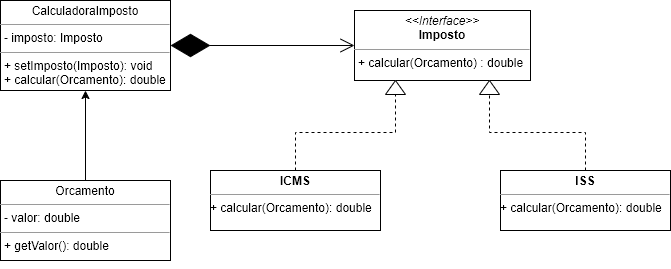
Before: padroes de projeto/Strategy/StrategyUML.png, a diagram exported from draw.io (alantrs/Bertoti). Source tidied: cells renumbered, new cells last; positions are measured from the earlier drawing's top-left corner, leaving out a move shared by most shapes. The source it was exported from:
```xml
<mxGraphModel>
  <root>
    <mxCell id="0" />
    <mxCell id="1" parent="0" />
    <mxCell id="2" value="&lt;p style=&quot;margin:0px;margin-top:4px;text-align:center;&quot;&gt;CalculadoraImposto&lt;/p&gt;&lt;hr size=&quot;1&quot;&gt;&lt;p style=&quot;margin:0px;margin-left:4px;&quot;&gt;- imposto: Imposto&lt;/p&gt;&lt;hr size=&quot;1&quot;&gt;&lt;p style=&quot;margin:0px;margin-left:4px;&quot;&gt;+ setImposto(Imposto): void&lt;/p&gt;&lt;p style=&quot;margin:0px;margin-left:4px;&quot;&gt;+ calcular(Orcamento): double&lt;/p&gt;" style="verticalAlign=top;align=left;overflow=fill;fontSize=12;fontFamily=Helvetica;html=1;" parent="1" vertex="1">
      <mxGeometry width="170" height="90" as="geometry" />
    </mxCell>
    <mxCell id="3" value="&lt;p style=&quot;margin:0px;margin-top:4px;text-align:center;&quot;&gt;&lt;i&gt;&amp;lt;&amp;lt;Interface&amp;gt;&amp;gt;&lt;/i&gt;&lt;br&gt;&lt;b&gt;Imposto&lt;/b&gt;&lt;/p&gt;&lt;hr size=&quot;1&quot;&gt;&lt;p style=&quot;margin:0px;margin-left:4px;&quot;&gt;+ calcular(Orcamento) : double&lt;br&gt;&lt;/p&gt;" style="verticalAlign=top;align=left;overflow=fill;fontSize=12;fontFamily=Helvetica;html=1;" parent="1" vertex="1">
      <mxGeometry x="354" y="10" width="176" height="70" as="geometry" />
    </mxCell>
    <mxCell id="4" value="&lt;p style=&quot;margin:0px;margin-top:4px;text-align:center;&quot;&gt;&lt;b&gt;ICMS&lt;/b&gt;&lt;/p&gt;&lt;hr size=&quot;1&quot;&gt;&lt;div style=&quot;height:2px;&quot;&gt;+ calcular(Orcamento): double&lt;/div&gt;" style="verticalAlign=top;align=left;overflow=fill;fontSize=12;fontFamily=Helvetica;html=1;" parent="1" vertex="1">
      <mxGeometry x="210" y="170" width="170" height="60" as="geometry" />
    </mxCell>
    <mxCell id="5" value="&lt;p style=&quot;margin:0px;margin-top:4px;text-align:center;&quot;&gt;&lt;b&gt;ISS&lt;/b&gt;&lt;/p&gt;&lt;hr size=&quot;1&quot;&gt;&lt;div style=&quot;height:2px;&quot;&gt;+ calcular(Orcamento): double&lt;/div&gt;" style="verticalAlign=top;align=left;overflow=fill;fontSize=12;fontFamily=Helvetica;html=1;" parent="1" vertex="1">
      <mxGeometry x="500" y="170" width="170" height="60" as="geometry" />
    </mxCell>
    <mxCell id="6" value="1" style="endArrow=open;html=1;endSize=12;startArrow=diamondThin;startSize=37;startFill=1;edgeStyle=orthogonalEdgeStyle;align=left;verticalAlign=bottom;rounded=0;exitX=1;exitY=0.5;exitDx=0;exitDy=0;strokeWidth=1;fontColor=#FFFFFF;entryX=0;entryY=0.5;entryDx=0;entryDy=0;" parent="1" edge="1" source="2" target="3">
      <mxGeometry x="-1" y="3" relative="1" as="geometry" />
    </mxCell>
    <mxCell id="7" style="triangle;whiteSpace=wrap;html=1;rotation=-90;" parent="1" vertex="1">
      <mxGeometry x="388" y="77" width="14" height="20" as="geometry" />
    </mxCell>
    <mxCell id="8" style="edgeStyle=orthogonalEdgeStyle;rounded=0;jettySize=auto;html=1;entryX=0.5;entryY=1;entryDx=0;entryDy=0;" parent="1" edge="1" source="9" target="2">
      <mxGeometry relative="1" as="geometry" />
    </mxCell>
    <mxCell id="9" value="&lt;p style=&quot;margin:0px;margin-top:4px;text-align:center;&quot;&gt;Orcamento&lt;/p&gt;&lt;hr size=&quot;1&quot;&gt;&lt;p style=&quot;margin:0px;margin-left:4px;&quot;&gt;- valor: double&lt;/p&gt;&lt;hr size=&quot;1&quot;&gt;&lt;p style=&quot;margin:0px;margin-left:4px;&quot;&gt;+ getValor(): double&lt;/p&gt;" style="verticalAlign=top;align=left;overflow=fill;fontSize=12;fontFamily=Helvetica;html=1;" parent="1" vertex="1">
      <mxGeometry y="180" width="170" height="80" as="geometry" />
    </mxCell>
    <mxCell id="10" style="edgeStyle=orthogonalEdgeStyle;rounded=0;orthogonalLoop=1;jettySize=auto;html=1;exitX=0.5;exitY=1;exitDx=0;exitDy=0;" parent="1" edge="1" source="9" target="9">
      <mxGeometry relative="1" as="geometry" />
    </mxCell>
    <mxCell id="11" style="triangle;whiteSpace=wrap;html=1;rotation=-90;" parent="1" vertex="1">
      <mxGeometry x="482" y="77" width="14" height="20" as="geometry" />
    </mxCell>
    <mxCell id="12" style="endArrow=none;dashed=1;html=1;rounded=0;entryX=0;entryY=0.5;entryDx=0;entryDy=0;exitX=0.5;exitY=0;exitDx=0;exitDy=0;edgeStyle=orthogonalEdgeStyle;" parent="1" edge="1" source="4" target="7">
      <mxGeometry relative="1" as="geometry" />
    </mxCell>
    <mxCell id="13" style="endArrow=none;dashed=1;html=1;rounded=0;entryX=0;entryY=0.5;entryDx=0;entryDy=0;exitX=0.5;exitY=0;exitDx=0;exitDy=0;edgeStyle=orthogonalEdgeStyle;" parent="1" edge="1" source="5" target="11">
      <mxGeometry relative="1" as="geometry" />
    </mxCell>
  </root>
</mxGraphModel>
```
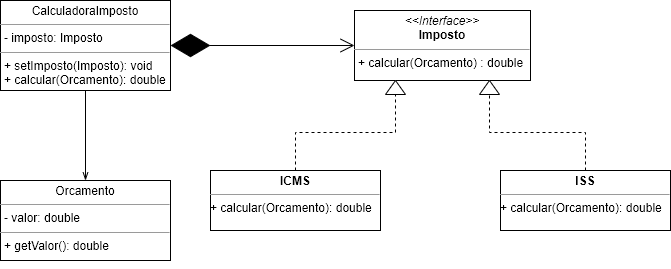
After the change.

What changed in the source:
```diff
@@ -20,9 +20,6 @@
     <mxCell id="7" style="triangle;whiteSpace=wrap;html=1;rotation=-90;" parent="1" vertex="1">
       <mxGeometry x="388" y="77" width="14" height="20" as="geometry" />
     </mxCell>
-    <mxCell id="8" style="edgeStyle=orthogonalEdgeStyle;rounded=0;jettySize=auto;html=1;entryX=0.5;entryY=1;entryDx=0;entryDy=0;" parent="1" edge="1" source="9" target="2">
-      <mxGeometry relative="1" as="geometry" />
-    </mxCell>
     <mxCell id="9" value="&lt;p style=&quot;margin:0px;margin-top:4px;text-align:center;&quot;&gt;Orcamento&lt;/p&gt;&lt;hr size=&quot;1&quot;&gt;&lt;p style=&quot;margin:0px;margin-left:4px;&quot;&gt;- valor: double&lt;/p&gt;&lt;hr size=&quot;1&quot;&gt;&lt;p style=&quot;margin:0px;margin-left:4px;&quot;&gt;+ getValor(): double&lt;/p&gt;" style="verticalAlign=top;align=left;overflow=fill;fontSize=12;fontFamily=Helvetica;html=1;" parent="1" vertex="1">
       <mxGeometry y="180" width="170" height="80" as="geometry" />
     </mxCell>
@@ -38,5 +35,8 @@
     <mxCell id="13" style="endArrow=none;dashed=1;html=1;rounded=0;entryX=0;entryY=0.5;entryDx=0;entryDy=0;exitX=0.5;exitY=0;exitDx=0;exitDy=0;edgeStyle=orthogonalEdgeStyle;" parent="1" edge="1" source="5" target="11">
       <mxGeometry relative="1" as="geometry" />
     </mxCell>
+    <mxCell id="14" style="endArrow=openThin;html=1;rounded=0;entryX=0.5;entryY=0;entryDx=0;entryDy=0;exitX=0.5;exitY=1;exitDx=0;exitDy=0;endFill=0;" parent="1" edge="1" source="2" target="9">
+      <mxGeometry relative="1" as="geometry" />
+    </mxCell>
   </root>
 </mxGraphModel>
```
